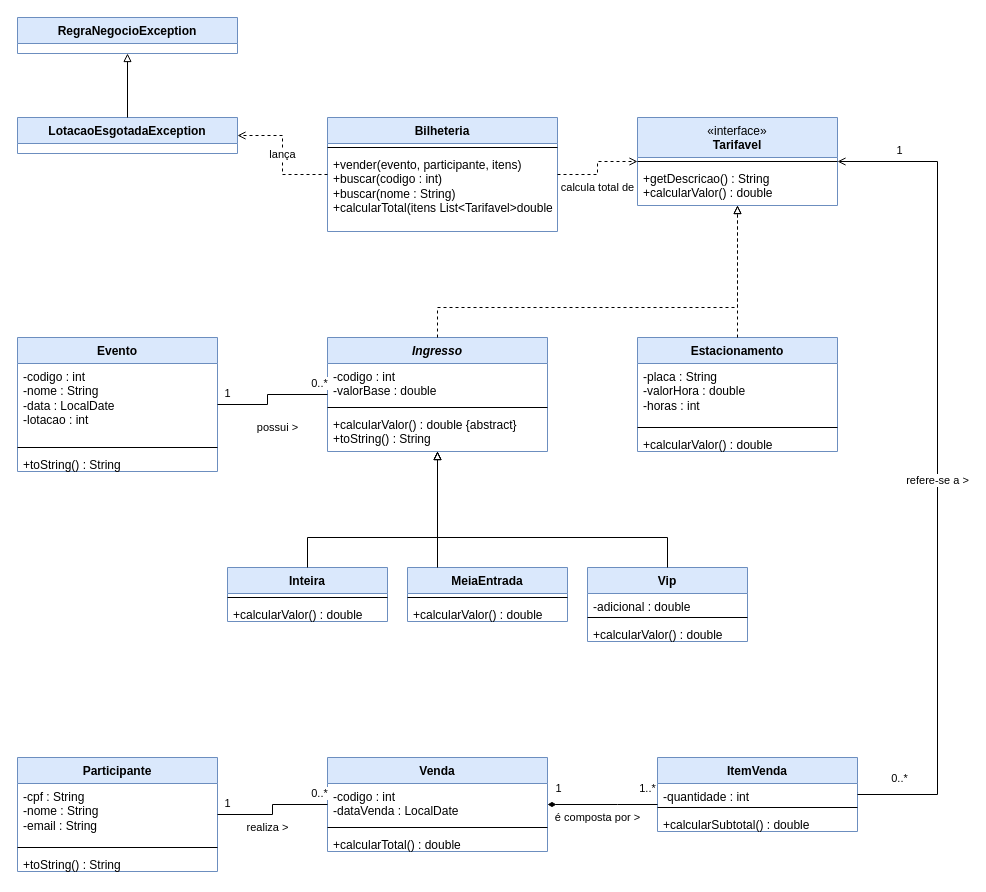
luisborges03/agendago keeps this draw.io diagram as AgendaGo_diagrama_classes.drawio. Above is the earlier version. Source tidied: cells renumbered, new cells numbered last; positions are measured from the earlier drawing's top-left corner, leaving out a move shared by most shapes. Both pictures are drawn from the tidied source at 100%, with x=0, y=0 at pixel (17, 17).
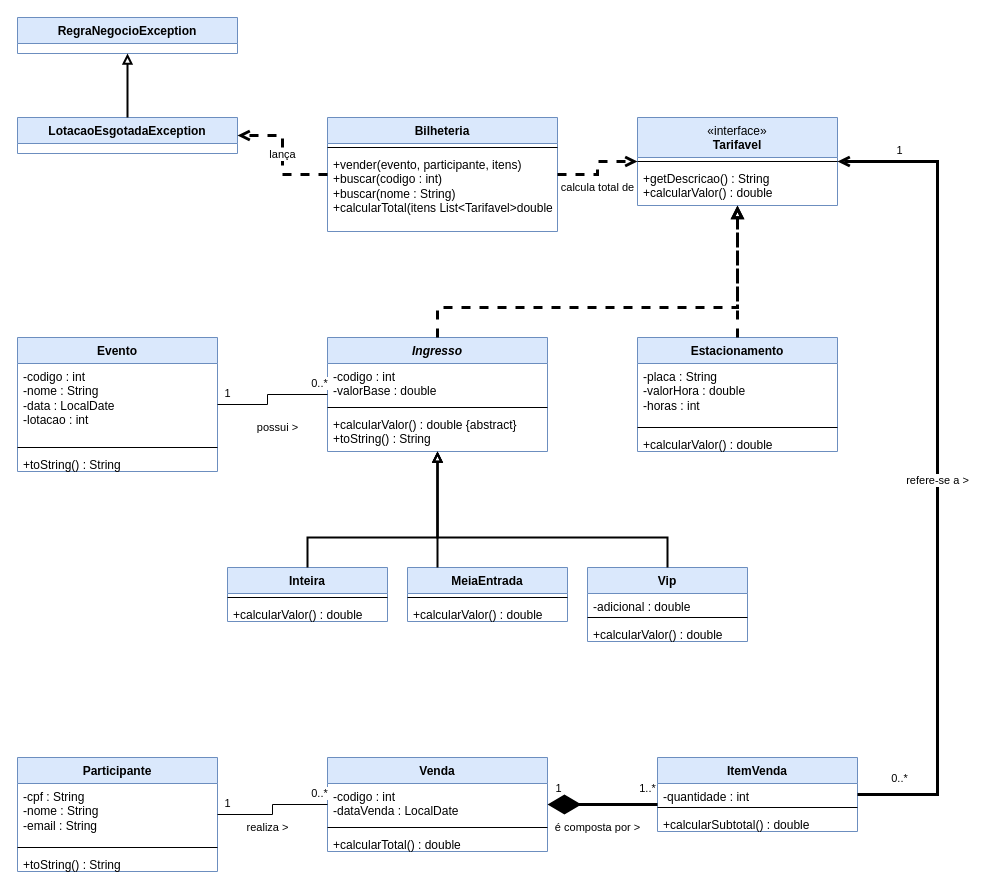
After the change.

The change refers to these unchanged cells:
```xml
<mxCell id="2" value="RegraNegocioException" style="swimlane;fontStyle=1;align=center;verticalAlign=top;horizontal=1;startSize=26;whiteSpace=wrap;html=1;fillColor=#dae8fc;strokeColor=#6c8ebf;" parent="1" vertex="1">
  <mxGeometry width="220" height="36" as="geometry" />
</mxCell>
<mxCell id="3" value="LotacaoEsgotadaException" style="swimlane;fontStyle=1;align=center;verticalAlign=top;horizontal=1;startSize=26;whiteSpace=wrap;html=1;fillColor=#dae8fc;strokeColor=#6c8ebf;" parent="1" vertex="1">
  <mxGeometry y="100" width="220" height="36" as="geometry" />
</mxCell>
<mxCell id="4" value="Bilheteria" style="swimlane;fontStyle=1;align=center;verticalAlign=top;horizontal=1;startSize=26;whiteSpace=wrap;html=1;fillColor=#dae8fc;strokeColor=#6c8ebf;" parent="1" vertex="1">
  <mxGeometry x="310" y="100" width="230" height="114" as="geometry" />
</mxCell>
<mxCell id="7" value="«interface»&lt;br&gt;&lt;b&gt;Tarifavel&lt;/b&gt;" style="swimlane;fontStyle=0;align=center;verticalAlign=top;horizontal=1;startSize=40;whiteSpace=wrap;html=1;fillColor=#dae8fc;strokeColor=#6c8ebf;" parent="1" vertex="1">
  <mxGeometry x="620" y="100" width="200" height="88" as="geometry" />
</mxCell>
<mxCell id="14" value="Ingresso" style="swimlane;fontStyle=3;align=center;verticalAlign=top;horizontal=1;startSize=26;whiteSpace=wrap;html=1;fillColor=#dae8fc;strokeColor=#6c8ebf;" parent="1" vertex="1">
  <mxGeometry x="310" y="320" width="220" height="114" as="geometry" />
</mxCell>
<mxCell id="18" value="Estacionamento" style="swimlane;fontStyle=1;align=center;verticalAlign=top;horizontal=1;startSize=26;whiteSpace=wrap;html=1;fillColor=#dae8fc;strokeColor=#6c8ebf;" parent="1" vertex="1">
  <mxGeometry x="620" y="320" width="200" height="114" as="geometry" />
</mxCell>
<mxCell id="22" value="Inteira" style="swimlane;fontStyle=1;align=center;verticalAlign=top;horizontal=1;startSize=26;whiteSpace=wrap;html=1;fillColor=#dae8fc;strokeColor=#6c8ebf;" parent="1" vertex="1">
  <mxGeometry x="210" y="550" width="160" height="54" as="geometry" />
</mxCell>
<mxCell id="25" value="MeiaEntrada" style="swimlane;fontStyle=1;align=center;verticalAlign=top;horizontal=1;startSize=26;whiteSpace=wrap;html=1;fillColor=#dae8fc;strokeColor=#6c8ebf;" parent="1" vertex="1">
  <mxGeometry x="390" y="550" width="160" height="54" as="geometry" />
</mxCell>
<mxCell id="28" value="Vip" style="swimlane;fontStyle=1;align=center;verticalAlign=top;horizontal=1;startSize=26;whiteSpace=wrap;html=1;fillColor=#dae8fc;strokeColor=#6c8ebf;" parent="1" vertex="1">
  <mxGeometry x="570" y="550" width="160" height="74" as="geometry" />
</mxCell>
<mxCell id="36" value="Venda" style="swimlane;fontStyle=1;align=center;verticalAlign=top;horizontal=1;startSize=26;whiteSpace=wrap;html=1;fillColor=#dae8fc;strokeColor=#6c8ebf;" parent="1" vertex="1">
  <mxGeometry x="310" y="740" width="220" height="94" as="geometry" />
</mxCell>
<mxCell id="40" value="ItemVenda" style="swimlane;fontStyle=1;align=center;verticalAlign=top;horizontal=1;startSize=26;whiteSpace=wrap;html=1;fillColor=#dae8fc;strokeColor=#6c8ebf;" parent="1" vertex="1">
  <mxGeometry x="640" y="740" width="200" height="74" as="geometry" />
</mxCell>
```

Diff of the diagram source:
```diff
@@
-    <mxCell id="44" style="html=1;edgeStyle=orthogonalEdgeStyle;rounded=0;labelBackgroundColor=default;endArrow=block;endFill=0;" parent="1" edge="1" source="3" target="2">
+    <mxCell id="44" style="html=1;edgeStyle=orthogonalEdgeStyle;rounded=0;labelBackgroundColor=default;endArrow=block;endFill=0;strokeWidth=2;" parent="1" edge="1" source="3" target="2">
       <mxGeometry relative="1" as="geometry" />
     </mxCell>
-    <mxCell id="45" value="lança" style="html=1;edgeStyle=orthogonalEdgeStyle;rounded=0;labelBackgroundColor=default;endArrow=open;endFill=0;dashed=1;" parent="1" edge="1" source="4" target="3">
+    <mxCell id="45" value="lança" style="html=1;edgeStyle=orthogonalEdgeStyle;rounded=0;labelBackgroundColor=default;endArrow=open;endFill=0;dashed=1;strokeWidth=3;" parent="1" edge="1" source="4" target="3">
       <mxGeometry relative="1" as="geometry" />
     </mxCell>
-    <mxCell id="46" value="calcula total de" style="html=1;edgeStyle=orthogonalEdgeStyle;rounded=0;labelBackgroundColor=default;endArrow=open;endFill=0;dashed=1;" parent="1" edge="1" source="4" target="7">
+    <mxCell id="46" value="calcula total de" style="html=1;edgeStyle=orthogonalEdgeStyle;rounded=0;labelBackgroundColor=default;endArrow=open;endFill=0;dashed=1;strokeWidth=3;" parent="1" edge="1" source="4" target="7">
       <mxGeometry x="-0.14" y="-13" relative="1" as="geometry">
         <mxPoint x="-13" y="13" as="offset" />
       </mxGeometry>
     </mxCell>
-    <mxCell id="47" style="html=1;edgeStyle=orthogonalEdgeStyle;rounded=0;labelBackgroundColor=default;endArrow=block;endFill=0;dashed=1;" parent="1" edge="1" source="14" target="7">
+    <mxCell id="47" style="html=1;edgeStyle=orthogonalEdgeStyle;rounded=0;labelBackgroundColor=default;endArrow=block;endFill=0;dashed=1;strokeWidth=3;" parent="1" edge="1" source="14" target="7">
       <mxGeometry relative="1" as="geometry">
         <Array as="points">
           <mxPoint x="420" y="290" />
           <mxPoint x="720" y="290" />
         </Array>
       </mxGeometry>
     </mxCell>
-    <mxCell id="48" style="html=1;edgeStyle=orthogonalEdgeStyle;rounded=0;labelBackgroundColor=default;endArrow=block;endFill=0;dashed=1;" parent="1" edge="1" source="18" target="7">
+    <mxCell id="48" style="html=1;edgeStyle=orthogonalEdgeStyle;rounded=0;labelBackgroundColor=default;endArrow=block;endFill=0;dashed=1;strokeWidth=3;" parent="1" edge="1" source="18" target="7">
       <mxGeometry relative="1" as="geometry" />
     </mxCell>
-    <mxCell id="49" style="html=1;edgeStyle=orthogonalEdgeStyle;rounded=0;labelBackgroundColor=default;endArrow=block;endFill=0;" parent="1" edge="1" source="22" target="14">
+    <mxCell id="49" style="html=1;edgeStyle=orthogonalEdgeStyle;rounded=0;labelBackgroundColor=default;endArrow=block;endFill=0;strokeWidth=2;" parent="1" edge="1" source="22" target="14">
       <mxGeometry relative="1" as="geometry">
         <Array as="points">
           <mxPoint x="290" y="520" />
           <mxPoint x="420" y="520" />
         </Array>
       </mxGeometry>
     </mxCell>
-    <mxCell id="50" style="html=1;edgeStyle=orthogonalEdgeStyle;rounded=0;labelBackgroundColor=default;endArrow=block;endFill=0;" parent="1" edge="1" source="25" target="14">
+    <mxCell id="50" style="html=1;edgeStyle=orthogonalEdgeStyle;rounded=0;labelBackgroundColor=default;endArrow=block;endFill=0;strokeWidth=2;" parent="1" edge="1" source="25" target="14">
       <mxGeometry relative="1" as="geometry">
         <Array as="points">
           <mxPoint x="420" y="520" />
           <mxPoint x="420" y="520" />
         </Array>
       </mxGeometry>
     </mxCell>
-    <mxCell id="51" style="html=1;edgeStyle=orthogonalEdgeStyle;rounded=0;labelBackgroundColor=default;endArrow=block;endFill=0;" parent="1" edge="1" source="28" target="14">
+    <mxCell id="51" style="html=1;edgeStyle=orthogonalEdgeStyle;rounded=0;labelBackgroundColor=default;endArrow=block;endFill=0;startSize=9;strokeWidth=2;" parent="1" edge="1" source="28" target="14">
       <mxGeometry relative="1" as="geometry">
         <Array as="points">
           <mxPoint x="650" y="520" />
           <mxPoint x="420" y="520" />
         </Array>
       </mxGeometry>
     </mxCell>
@@
-    <mxCell id="58" value="é composta por &gt;" style="html=1;edgeStyle=orthogonalEdgeStyle;rounded=0;labelBackgroundColor=default;startArrow=diamondThin;startFill=1;endArrow=none;" parent="1" edge="1" source="36" target="40">
-      <mxGeometry x="-0.09" y="-13" relative="1" as="geometry">
+    <mxCell id="58" value="é composta por &gt;" style="html=1;edgeStyle=orthogonalEdgeStyle;rounded=0;labelBackgroundColor=default;startArrow=diamondThin;startFill=1;endArrow=none;startSize=25;strokeWidth=3;" parent="1" edge="1" source="36" target="40">
+      <mxGeometry x="-0.09" y="-23" relative="1" as="geometry">
         <Array as="points">
           <mxPoint x="600" y="787" />
           <mxPoint x="600" y="787" />
         </Array>
       </mxGeometry>
     </mxCell>
@@
-    <mxCell id="61" value="refere-se a &gt;" style="html=1;edgeStyle=orthogonalEdgeStyle;rounded=0;labelBackgroundColor=default;endArrow=open;endFill=0;exitX=1;exitY=0.5;entryX=1;entryY=0.5;" parent="1" edge="1" source="40" target="7">
+    <mxCell id="61" value="refere-se a &gt;" style="html=1;edgeStyle=orthogonalEdgeStyle;rounded=0;labelBackgroundColor=default;endArrow=open;endFill=0;exitX=1;exitY=0.5;entryX=1;entryY=0.5;strokeWidth=3;" parent="1" edge="1" source="40" target="7">
       <mxGeometry x="-0.03" relative="1" as="geometry">
         <Array as="points">
           <mxPoint x="920" y="777" />
           <mxPoint x="920" y="144" />
         </Array>
       </mxGeometry>
     </mxCell>
```
